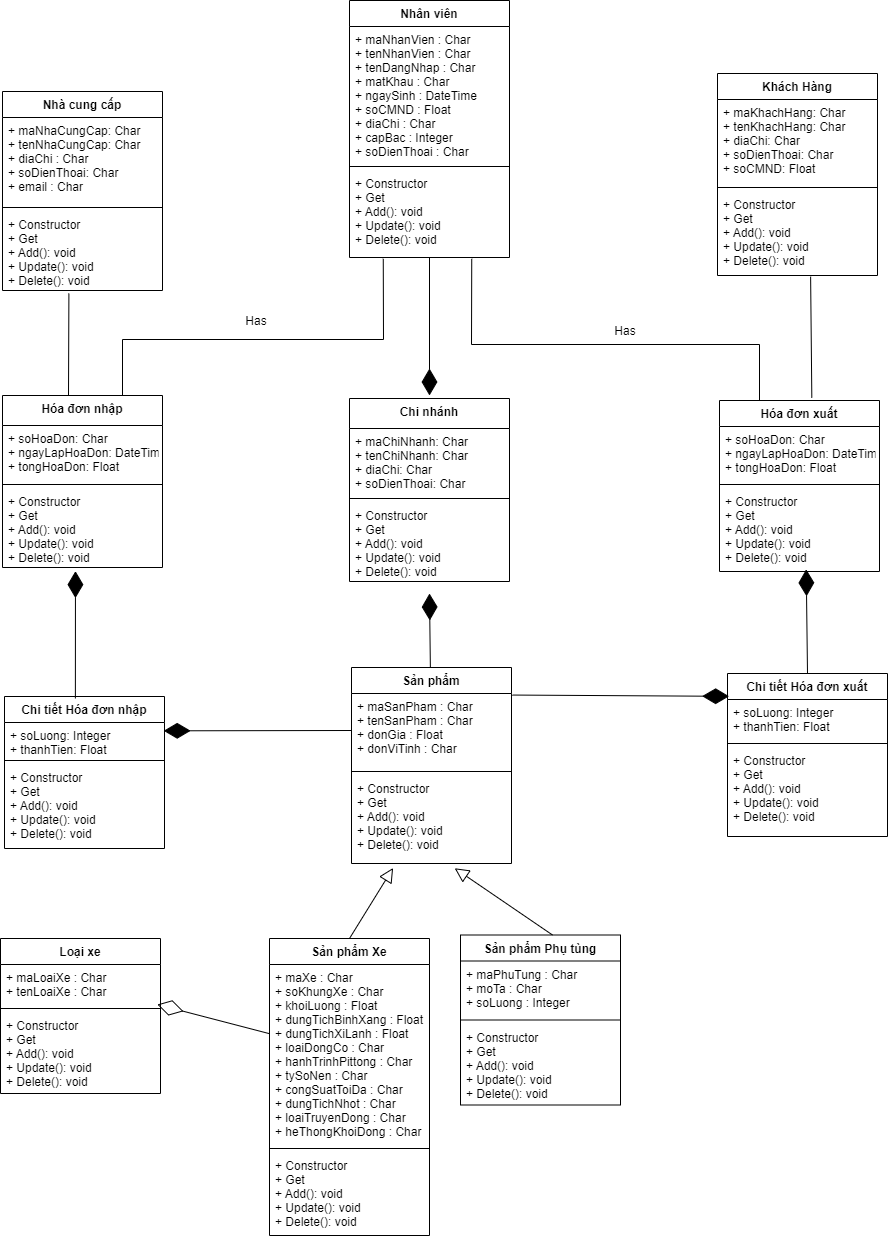
The draw.io diagram Sơ Đồ Class.png in ChauCongTu/thiet-ke-linh-tinh, before a commit. Source tidied: cells renumbered, new cells last; positions are measured from the earlier drawing's top-left corner, leaving out a move shared by most shapes.
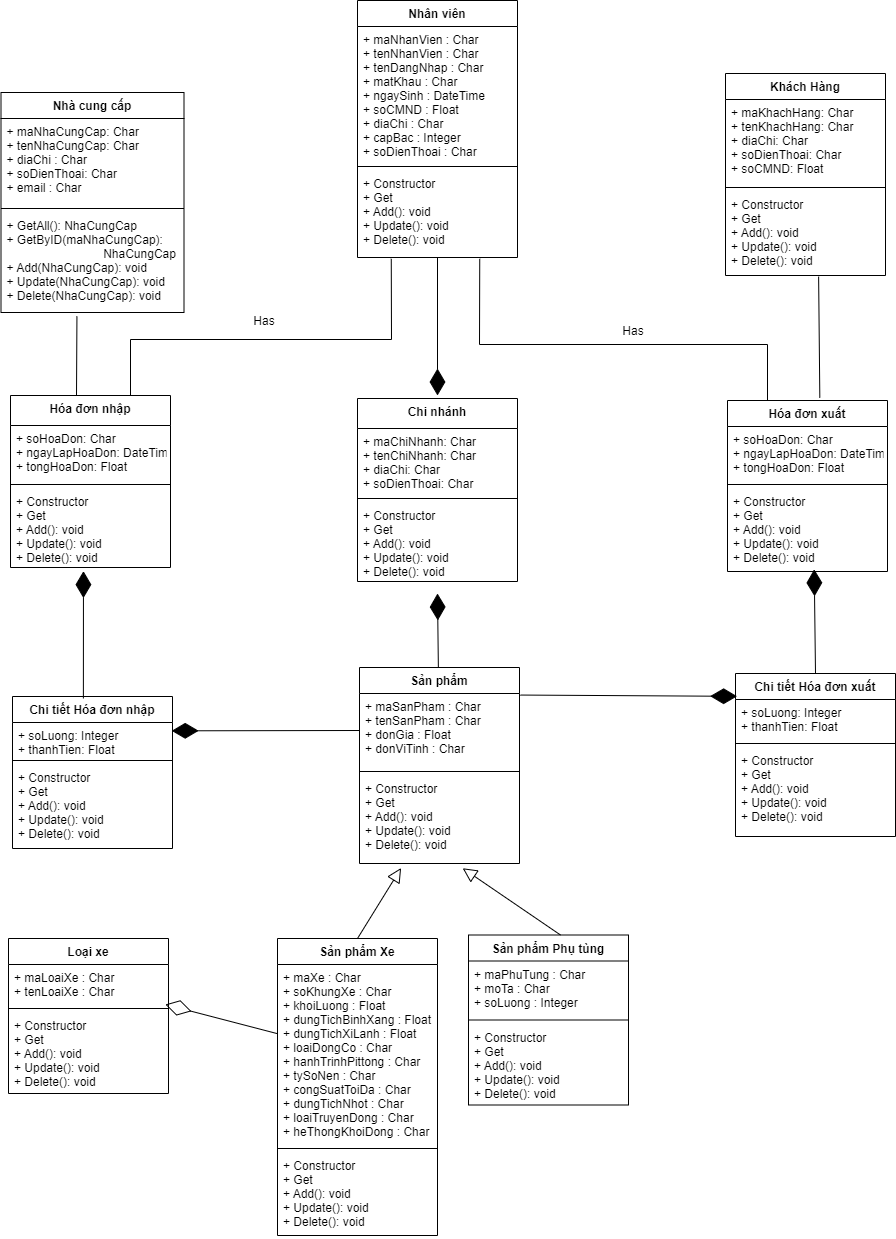
Above is the later version.

Commit message:
Cập nhật Sơ Đồ Class.png

Change to the diagram source:
```diff
@@ -15,16 +15,16 @@
       <mxGeometry y="118" width="160" height="84" as="geometry" />
     </mxCell>
     <mxCell id="6" value="Nhà cung cấp" style="swimlane;fontStyle=1;align=center;verticalAlign=top;horizontal=1;startSize=26;" parent="1" vertex="1">
-      <mxGeometry x="2" y="91" width="160" height="199" as="geometry" />
+      <mxGeometry x="-7.5" y="92" width="183" height="220" as="geometry" />
     </mxCell>
     <mxCell id="7" value="+ maNhaCungCap: Char&#10;+ tenNhaCungCap: Char&#10;+ diaChi : Char&#10;+ soDienThoai: Char&#10;+ email : Char" style="text;strokeColor=none;fillColor=none;align=left;verticalAlign=top;spacingLeft=4;spacingRight=4;overflow=hidden;" parent="6" vertex="1">
-      <mxGeometry y="26" width="160" height="86" as="geometry" />
+      <mxGeometry y="26" width="183" height="86" as="geometry" />
     </mxCell>
     <mxCell id="8" style="line;strokeWidth=1;fillColor=none;align=left;verticalAlign=middle;spacingTop=-1;spacingLeft=3;spacingRight=3;labelPosition=right;strokeColor=inherit;" parent="6" vertex="1">
-      <mxGeometry y="112" width="160" height="8" as="geometry" />
+      <mxGeometry y="112" width="183" height="8" as="geometry" />
     </mxCell>
-    <mxCell id="9" value="+ Constructor&#10;+ Get&#10;+ Add(): void&#10;+ Update(): void&#10;+ Delete(): void" style="text;strokeColor=none;fillColor=none;align=left;verticalAlign=top;spacingLeft=4;spacingRight=4;overflow=hidden;points=[[0,0.5],[1,0.5]];portConstraint=eastwest;" parent="6" vertex="1">
-      <mxGeometry y="120" width="160" height="79" as="geometry" />
+    <mxCell id="9" value="+ GetAll(): NhaCungCap&#10;+ GetByID(maNhaCungCap):&#10;                             NhaCungCap&#10;+ Add(NhaCungCap): void&#10;+ Update(NhaCungCap): void&#10;+ Delete(NhaCungCap): void" style="text;strokeColor=none;fillColor=none;align=left;verticalAlign=top;spacingLeft=4;spacingRight=4;overflow=hidden;points=[[0,0.5],[1,0.5]];portConstraint=eastwest;" parent="6" vertex="1">
+      <mxGeometry y="120" width="183" height="100" as="geometry" />
     </mxCell>
     <mxCell id="10" value="Hóa đơn nhập" style="swimlane;fontStyle=1;align=center;verticalAlign=top;horizontal=1;startSize=30;" parent="1" vertex="1">
       <mxGeometry x="2" y="395" width="160" height="172" as="geometry" />
```
